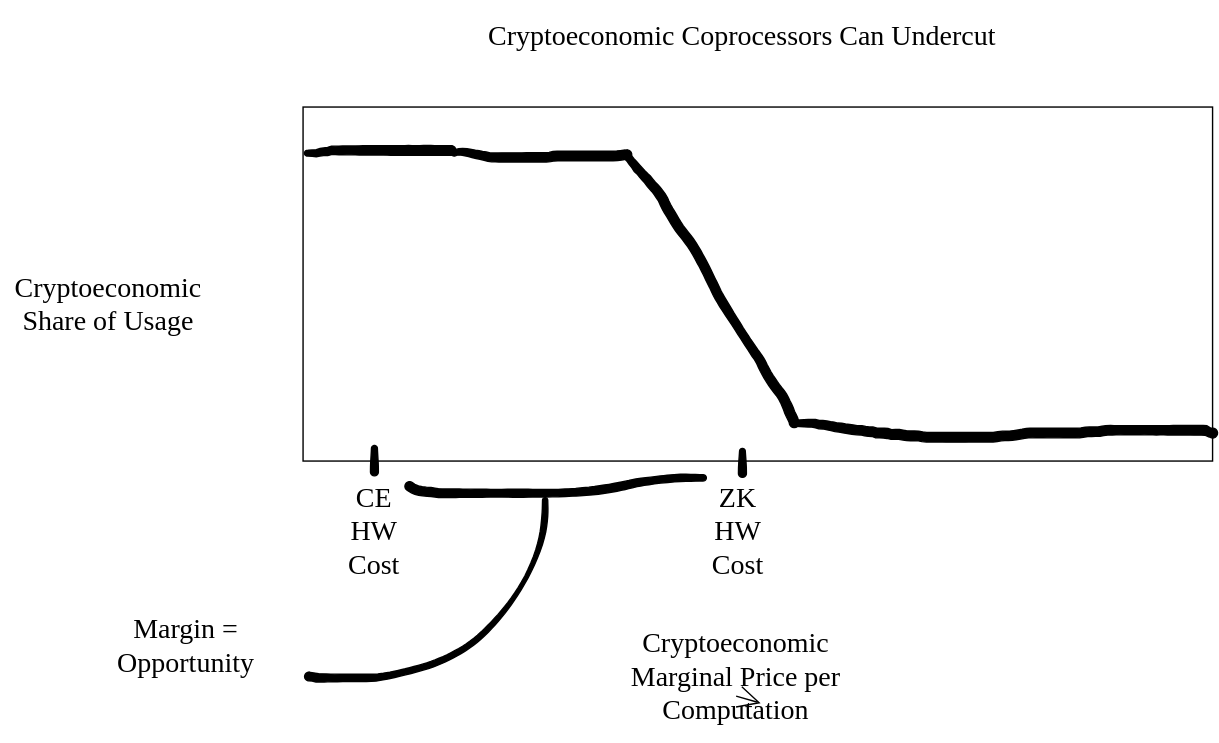
Above: assets/images/proofs_vs_incentives/undercut.svg in rphmeier/rob.tech (draw.io), before the change. Source tidied: cells renumbered, new cells last; positions are measured from the earlier drawing's top-left corner, leaving out a move shared by most shapes.
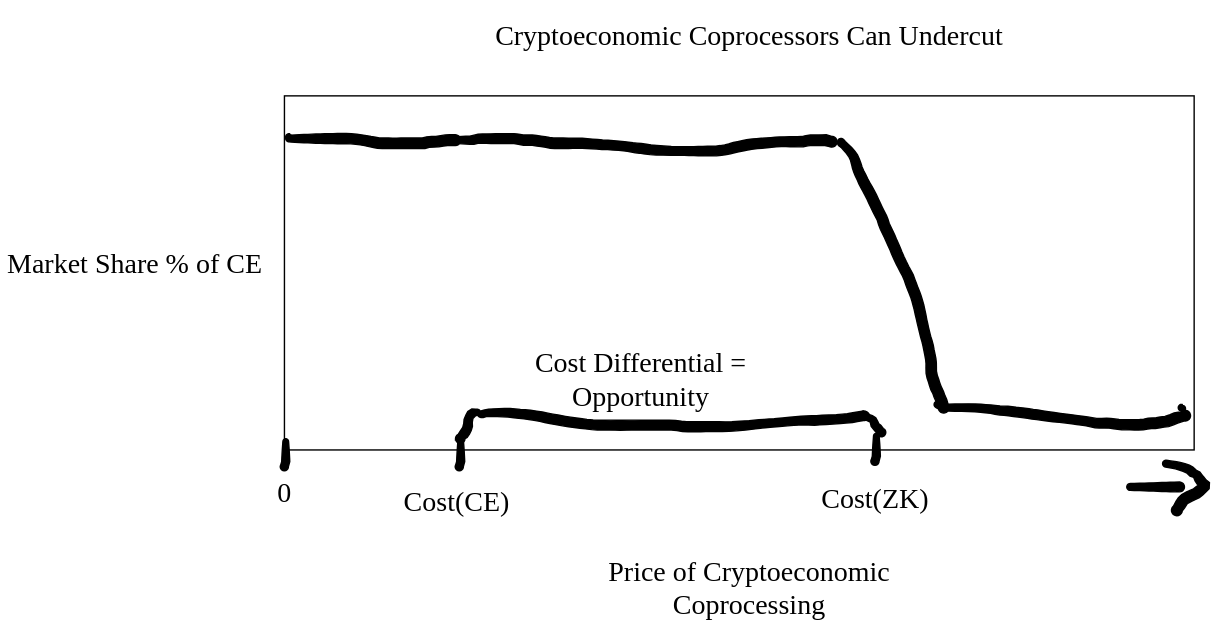
After the change.

The edit, as a diff of the source:
```diff
@@ -2,53 +2,80 @@
   <root>
     <mxCell id="0" />
     <mxCell id="1" parent="0" />
-    <mxCell id="2" style="rounded=0;whiteSpace=wrap;html=1;fontFamily=Architects Daughter;fontSource=https%3A%2F%2Ffonts.googleapis.com%2Fcss%3Ffamily%3DArchitects%2BDaughter;" parent="1" vertex="1">
-      <mxGeometry x="200" y="67" width="650" height="253" as="geometry" />
-    </mxCell>
-    <mxCell id="3" value="Cryptoeconomic Marginal Price per Computation" style="text;strokeColor=none;fillColor=none;html=1;align=center;verticalAlign=middle;whiteSpace=wrap;rounded=0;fontSize=20;fontFamily=Architects Daughter;fontSource=https%3A%2F%2Ffonts.googleapis.com%2Fcss%3Ffamily%3DArchitects%2BDaughter;" parent="1" vertex="1">
-      <mxGeometry x="410" y="458" width="199" height="30" as="geometry" />
-    </mxCell>
-    <mxCell id="4" value="Cryptoeconomic Share of Usage" style="text;strokeColor=none;fillColor=none;html=1;align=center;verticalAlign=middle;whiteSpace=wrap;rounded=0;fontSize=20;fontFamily=Architects Daughter;fontSource=https%3A%2F%2Ffonts.googleapis.com%2Fcss%3Ffamily%3DArchitects%2BDaughter;" parent="1" vertex="1">
-      <mxGeometry y="192" width="122" height="30" as="geometry" />
-    </mxCell>
-    <mxCell id="5" style="edgeStyle=none;curved=1;rounded=0;orthogonalLoop=1;jettySize=auto;html=1;exitX=0.5;exitY=1;exitDx=0;exitDy=0;entryX=0.588;entryY=1.167;entryDx=0;entryDy=0;entryPerimeter=0;fontFamily=Architects Daughter;fontSource=https%3A%2F%2Ffonts.googleapis.com%2Fcss%3Ffamily%3DArchitects%2BDaughter;fontSize=16;startSize=14;endArrow=open;endSize=14;sourcePerimeterSpacing=8;targetPerimeterSpacing=8;" parent="1" edge="1" source="3" target="3">
-      <mxGeometry relative="1" as="geometry" />
-    </mxCell>
-    <mxCell id="6" style="shape=(stored shape, 692 characters);lineShape=1;strokeColor=default;fontFamily=Architects Daughter;fontSource=https%3A%2F%2Ffonts.googleapis.com%2Fcss%3Ffamily%3DArchitects%2BDaughter;" parent="1" vertex="1">
-      <mxGeometry x="248.2" y="308.9" width="5.6" height="21.7" as="geometry" />
-    </mxCell>
-    <mxCell id="7" style="shape=(stored shape, 704 characters);lineShape=1;strokeColor=default;fontFamily=Architects Daughter;fontSource=https%3A%2F%2Ffonts.googleapis.com%2Fcss%3Ffamily%3DArchitects%2BDaughter;" parent="1" vertex="1">
-      <mxGeometry x="511.2" y="311" width="5.7" height="20.7" as="geometry" />
-    </mxCell>
-    <mxCell id="8" value="CE HW Cost" style="text;strokeColor=none;fillColor=none;html=1;align=center;verticalAlign=middle;whiteSpace=wrap;rounded=0;fontSize=20;fontFamily=Architects Daughter;fontSource=https%3A%2F%2Ffonts.googleapis.com%2Fcss%3Ffamily%3DArchitects%2BDaughter;" parent="1" vertex="1">
-      <mxGeometry x="221" y="354" width="60" height="30" as="geometry" />
-    </mxCell>
-    <mxCell id="9" value="ZK HW Cost" style="text;strokeColor=none;fillColor=none;html=1;align=center;verticalAlign=middle;whiteSpace=wrap;rounded=0;fontSize=20;fontFamily=Architects Daughter;fontSource=https%3A%2F%2Ffonts.googleapis.com%2Fcss%3Ffamily%3DArchitects%2BDaughter;" parent="1" vertex="1">
-      <mxGeometry x="481" y="354" width="60" height="30" as="geometry" />
-    </mxCell>
-    <mxCell id="10" value="Margin = Opportunity" style="text;strokeColor=none;fillColor=none;html=1;align=center;verticalAlign=middle;whiteSpace=wrap;rounded=0;fontSize=20;fontFamily=Architects Daughter;fontSource=https%3A%2F%2Ffonts.googleapis.com%2Fcss%3Ffamily%3DArchitects%2BDaughter;" parent="1" vertex="1">
-      <mxGeometry x="54" y="379" width="125" height="143" as="geometry" />
-    </mxCell>
+    <mxCell id="18" style="rounded=0;whiteSpace=wrap;html=1;fontFamily=Architects Daughter;fontSource=https%3A%2F%2Ffonts.googleapis.com%2Fcss%3Ffamily%3DArchitects%2BDaughter;" parent="1" vertex="1">
+      <mxGeometry x="182" y="59" width="650" height="253" as="geometry" />
+    </mxCell>
+    <mxCell id="19" value="Price of Cryptoeconomic Coprocessing" style="text;strokeColor=none;fillColor=none;html=1;align=center;verticalAlign=middle;whiteSpace=wrap;rounded=0;fontSize=20;fontFamily=Architects Daughter;fontSource=https%3A%2F%2Ffonts.googleapis.com%2Fcss%3Ffamily%3DArchitects%2BDaughter;" parent="1" vertex="1">
+      <mxGeometry x="373" y="395" width="282" height="30" as="geometry" />
+    </mxCell>
+    <mxCell id="20" style="shape=(stored shape, 728 characters);lineShape=1;strokeColor=default;fontFamily=Architects Daughter;fontSource=https%3A%2F%2Ffonts.googleapis.com%2Fcss%3Ffamily%3DArchitects%2BDaughter;" parent="1" vertex="1">
+      <mxGeometry x="179" y="304" width="6.8" height="22.9" as="geometry" />
+    </mxCell>
+    <mxCell id="21" value="0" style="text;strokeColor=none;fillColor=none;html=1;align=center;verticalAlign=middle;whiteSpace=wrap;rounded=0;fontSize=20;fontFamily=Architects Daughter;fontSource=https%3A%2F%2Ffonts.googleapis.com%2Fcss%3Ffamily%3DArchitects%2BDaughter;" parent="1" vertex="1">
+      <mxGeometry x="152.4" y="326.9" width="60" height="30" as="geometry" />
+    </mxCell>
+    <mxCell id="22" style="shape=(stored shape, 728 characters);lineShape=1;strokeColor=default;fontFamily=Architects Daughter;fontSource=https%3A%2F%2Ffonts.googleapis.com%2Fcss%3Ffamily%3DArchitects%2BDaughter;" parent="1" vertex="1">
+      <mxGeometry x="304" y="304" width="6.8" height="22.9" as="geometry" />
+    </mxCell>
+    <mxCell id="23" style="shape=(stored shape, 728 characters);lineShape=1;strokeColor=default;fontFamily=Architects Daughter;fontSource=https%3A%2F%2Ffonts.googleapis.com%2Fcss%3Ffamily%3DArchitects%2BDaughter;" parent="1" vertex="1">
+      <mxGeometry x="601" y="300.1" width="6.8" height="22.9" as="geometry" />
+    </mxCell>
+    <mxCell id="24" value="Cost(CE)" style="text;strokeColor=none;fillColor=none;html=1;align=center;verticalAlign=middle;whiteSpace=wrap;rounded=0;fontSize=20;fontFamily=Architects Daughter;fontSource=https%3A%2F%2Ffonts.googleapis.com%2Fcss%3Ffamily%3DArchitects%2BDaughter;" parent="1" vertex="1">
+      <mxGeometry x="275" y="333" width="60" height="30" as="geometry" />
+    </mxCell>
+    <mxCell id="25" value="Cost(ZK)" style="text;strokeColor=none;fillColor=none;html=1;align=center;verticalAlign=middle;whiteSpace=wrap;rounded=0;fontSize=20;fontFamily=Architects Daughter;fontSource=https%3A%2F%2Ffonts.googleapis.com%2Fcss%3Ffamily%3DArchitects%2BDaughter;" parent="1" vertex="1">
+      <mxGeometry x="574.4" y="331" width="60" height="30" as="geometry" />
+    </mxCell>
+    <mxCell id="26" style="shape=(stored shape, 640 characters);lineShape=1;strokeColor=default;fontFamily=Architects Daughter;fontSource=https%3A%2F%2Ffonts.googleapis.com%2Fcss%3Ffamily%3DArchitects%2BDaughter;" parent="1" vertex="1">
+      <mxGeometry x="182.9" y="86.1" width="5.2" height="5.2" as="geometry" />
+    </mxCell>
+    <mxCell id="27" style="shape=(stored shape, 640 characters);lineShape=1;strokeColor=default;fontFamily=Architects Daughter;fontSource=https%3A%2F%2Ffonts.googleapis.com%2Fcss%3Ffamily%3DArchitects%2BDaughter;" parent="1" vertex="1">
+      <mxGeometry x="301.7" y="88.3" width="5.2" height="5.2" as="geometry" />
+    </mxCell>
+    <mxCell id="28" style="shape=(stored shape, 640 characters);lineShape=1;strokeColor=default;fontFamily=Architects Daughter;fontSource=https%3A%2F%2Ffonts.googleapis.com%2Fcss%3Ffamily%3DArchitects%2BDaughter;" parent="1" vertex="1">
+      <mxGeometry x="577.3" y="90.5" width="5.2" height="5.2" as="geometry" />
+    </mxCell>
+    <mxCell id="29" style="shape=(stored shape, 640 characters);lineShape=1;strokeColor=default;fontFamily=Architects Daughter;fontSource=https%3A%2F%2Ffonts.googleapis.com%2Fcss%3Ffamily%3DArchitects%2BDaughter;" parent="1" vertex="1">
+      <mxGeometry x="646.2" y="277.2" width="5.2" height="5.2" as="geometry" />
+    </mxCell>
+    <mxCell id="30" style="shape=(stored shape, 640 characters);lineShape=1;strokeColor=default;fontFamily=Architects Daughter;fontSource=https%3A%2F%2Ffonts.googleapis.com%2Fcss%3Ffamily%3DArchitects%2BDaughter;" parent="1" vertex="1">
+      <mxGeometry x="820.6" y="279.4" width="5.2" height="5.2" as="geometry" />
+    </mxCell>
+    <mxCell id="31" style="shape=(stored shape, 1316 characters);lineShape=1;strokeColor=default;fontFamily=Architects Daughter;fontSource=https%3A%2F%2Ffonts.googleapis.com%2Fcss%3Ffamily%3DArchitects%2BDaughter;" parent="1" vertex="1">
+      <mxGeometry x="183" y="85.9" width="125" height="10.8" as="geometry" />
+    </mxCell>
+    <mxCell id="32" style="shape=(stored shape, 2180 characters);lineShape=1;strokeColor=default;fontFamily=Architects Daughter;fontSource=https%3A%2F%2Ffonts.googleapis.com%2Fcss%3Ffamily%3DArchitects%2BDaughter;" parent="1" vertex="1">
+      <mxGeometry x="301.8" y="86" width="275.1" height="16" as="geometry" />
+    </mxCell>
+    <mxCell id="33" style="shape=(stored shape, 1860 characters);lineShape=1;strokeColor=default;fontFamily=Architects Daughter;fontSource=https%3A%2F%2Ffonts.googleapis.com%2Fcss%3Ffamily%3DArchitects%2BDaughter;" parent="1" vertex="1">
+      <mxGeometry x="577.3" y="89.4" width="79.6" height="196.2" as="geometry" />
+    </mxCell>
+    <mxCell id="34" style="shape=(stored shape, 1576 characters);lineShape=1;strokeColor=default;fontFamily=Architects Daughter;fontSource=https%3A%2F%2Ffonts.googleapis.com%2Fcss%3Ffamily%3DArchitects%2BDaughter;" parent="1" vertex="1">
+      <mxGeometry x="650.6" y="279" width="178.8" height="18.7" as="geometry" />
+    </mxCell>
+    <mxCell id="35" style="shape=(stored shape, 792 characters);lineShape=1;strokeColor=default;fontFamily=Architects Daughter;fontSource=https%3A%2F%2Ffonts.googleapis.com%2Fcss%3Ffamily%3DArchitects%2BDaughter;" parent="1" vertex="1">
+      <mxGeometry x="783.9" y="334.9" width="41.2" height="7" as="geometry" />
+    </mxCell>
+    <mxCell id="36" style="shape=(stored shape, 1032 characters);lineShape=1;strokeColor=default;fontFamily=Architects Daughter;fontSource=https%3A%2F%2Ffonts.googleapis.com%2Fcss%3Ffamily%3DArchitects%2BDaughter;" parent="1" vertex="1">
+      <mxGeometry x="809.5" y="319.4" width="33.5" height="39.6" as="geometry" />
+    </mxCell>
+    <mxCell id="37" style="shape=(stored shape, 1904 characters);lineShape=1;strokeColor=default;fontFamily=Architects Daughter;fontSource=https%3A%2F%2Ffonts.googleapis.com%2Fcss%3Ffamily%3DArchitects%2BDaughter;" parent="1" vertex="1">
+      <mxGeometry x="320" y="282.4" width="280" height="16.6" as="geometry" />
+    </mxCell>
+    <mxCell id="38" value="Cost Differential = Opportunity" style="text;strokeColor=none;fillColor=none;html=1;align=center;verticalAlign=middle;whiteSpace=wrap;rounded=0;fontSize=20;fontFamily=Architects Daughter;fontSource=https%3A%2F%2Ffonts.googleapis.com%2Fcss%3Ffamily%3DArchitects%2BDaughter;" parent="1" vertex="1">
+      <mxGeometry x="352" y="245.8" width="169.2" height="30" as="geometry" />
+    </mxCell>
+    <mxCell id="39" value="Market Share % of CE" style="text;strokeColor=none;fillColor=none;html=1;align=center;verticalAlign=middle;whiteSpace=wrap;rounded=0;fontSize=20;fontFamily=Architects Daughter;fontSource=https%3A%2F%2Ffonts.googleapis.com%2Fcss%3Ffamily%3DArchitects%2BDaughter;" parent="1" vertex="1">
+      <mxGeometry x="-20.6" y="163" width="192" height="30" as="geometry" />
+    </mxCell>
+    <mxCell id="40" style="shape=(stored shape, 784 characters);lineShape=1;strokeColor=default;fontFamily=Architects Daughter;fontSource=https%3A%2F%2Ffonts.googleapis.com%2Fcss%3Ffamily%3DArchitects%2BDaughter;" parent="1" vertex="1">
+      <mxGeometry x="304.2" y="282.6" width="17.8" height="24.7" as="geometry" />
+    </mxCell>
+    <mxCell id="41" style="shape=(stored shape, 780 characters);lineShape=1;strokeColor=default;fontFamily=Architects Daughter;fontSource=https%3A%2F%2Ffonts.googleapis.com%2Fcss%3Ffamily%3DArchitects%2BDaughter;" parent="1" vertex="1">
+      <mxGeometry x="595.4" y="286.2" width="16.3" height="16.3" as="geometry" />
+    </mxCell>
     <mxCell id="11" value="Cryptoeconomic Coprocessors Can Undercut" style="text;strokeColor=none;fillColor=none;html=1;align=center;verticalAlign=middle;whiteSpace=wrap;rounded=0;fontSize=20;fontFamily=Architects Daughter;fontSource=https%3A%2F%2Ffonts.googleapis.com%2Fcss%3Ffamily%3DArchitects%2BDaughter;" parent="1" vertex="1">
       <mxGeometry x="326" width="376" height="30" as="geometry" />
     </mxCell>
-    <mxCell id="12" style="shape=(stored shape, 1252 characters);lineShape=1;strokeColor=default;fontFamily=Architects Daughter;fontSource=https%3A%2F%2Ffonts.googleapis.com%2Fcss%3Ffamily%3DArchitects%2BDaughter;" parent="1" vertex="1">
-      <mxGeometry x="201" y="94.5" width="108.2" height="8" as="geometry" />
-    </mxCell>
-    <mxCell id="13" style="shape=(stored shape, 1440 characters);lineShape=1;strokeColor=default;fontFamily=Architects Daughter;fontSource=https%3A%2F%2Ffonts.googleapis.com%2Fcss%3Ffamily%3DArchitects%2BDaughter;" parent="1" vertex="1">
-      <mxGeometry x="306" y="96.6" width="128.9" height="9.8" as="geometry" />
-    </mxCell>
-    <mxCell id="14" style="shape=(stored shape, 2092 characters);lineShape=1;strokeColor=default;fontFamily=Architects Daughter;fontSource=https%3A%2F%2Ffonts.googleapis.com%2Fcss%3Ffamily%3DArchitects%2BDaughter;" parent="1" vertex="1">
-      <mxGeometry x="425.9" y="98.9" width="128.6" height="197.2" as="geometry" />
-    </mxCell>
-    <mxCell id="15" style="shape=(stored shape, 2608 characters);lineShape=1;strokeColor=default;fontFamily=Architects Daughter;fontSource=https%3A%2F%2Ffonts.googleapis.com%2Fcss%3Ffamily%3DArchitects%2BDaughter;" parent="1" vertex="1">
-      <mxGeometry x="548.9" y="290.2" width="304.6" height="16.3" as="geometry" />
-    </mxCell>
-    <mxCell id="16" style="shape=(stored shape, 1808 characters);lineShape=1;strokeColor=default;fontFamily=Architects Daughter;fontSource=https%3A%2F%2Ffonts.googleapis.com%2Fcss%3Ffamily%3DArchitects%2BDaughter;" parent="1" vertex="1">
-      <mxGeometry x="272.8" y="329.4" width="215.4" height="16.7" as="geometry" />
-    </mxCell>
-    <mxCell id="17" style="shape=(stored shape, 1856 characters);lineShape=1;strokeColor=default;fontFamily=Architects Daughter;fontSource=https%3A%2F%2Ffonts.googleapis.com%2Fcss%3Ffamily%3DArchitects%2BDaughter;" parent="1" vertex="1">
-      <mxGeometry x="201.1" y="346.2" width="173.9" height="131.8" as="geometry" />
-    </mxCell>
   </root>
 </mxGraphModel>
```
